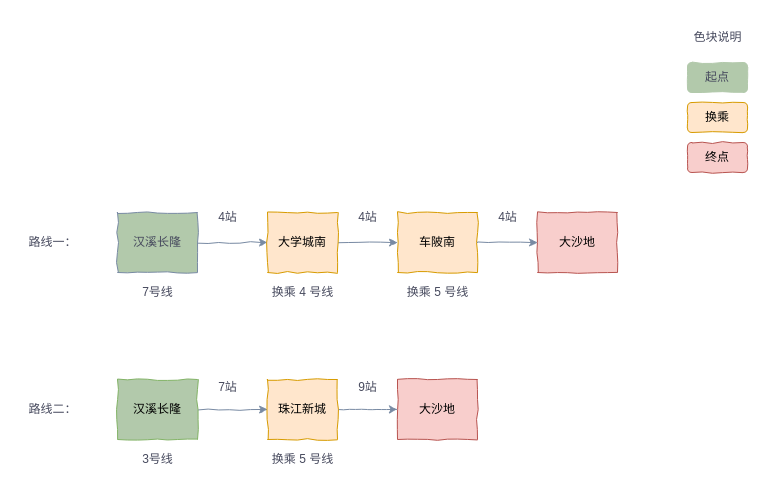
Earlier version of the draw.io diagram line.drawio (silan-liu/drawio). Source tidied: cells renumbered, new cells numbered last; positions are measured from the earlier drawing's top-left corner, leaving out a move shared by most shapes. Both pictures are drawn from the tidied source at 100%, with x=0, y=0 at pixel (17, 22).
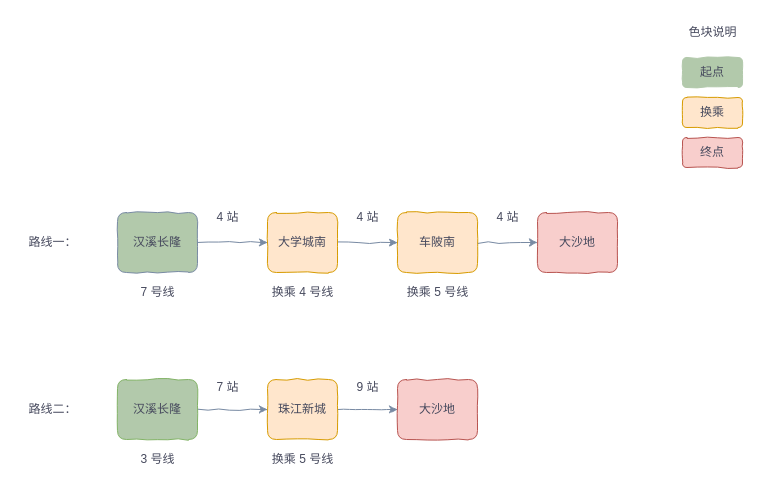
Above is the later version.

The edit, as a diff of the source:
```diff
@@
-    <mxCell id="3" value="汉溪长隆" style="whiteSpace=wrap;html=1;strokeColor=#788AA3;fontColor=#46495D;fillColor=#B2C9AB;comic=1;fontFamily=Helvetica;" parent="1" vertex="1">
+    <mxCell id="3" value="汉溪长隆" style="whiteSpace=wrap;html=1;strokeColor=#788AA3;fontColor=#46495D;fillColor=#B2C9AB;comic=1;fontFamily=Helvetica;rounded=1;" parent="1" vertex="1">
       <mxGeometry x="100" y="190" width="80" height="60" as="geometry" />
     </mxCell>
@@
-    <mxCell id="5" value="大学城南" style="whiteSpace=wrap;html=1;strokeColor=#d79b00;fillColor=#ffe6cc;comic=1;fontFamily=Helvetica;" parent="1" vertex="1">
+    <mxCell id="5" value="大学城南" style="whiteSpace=wrap;html=1;strokeColor=#d79b00;fillColor=#ffe6cc;comic=1;fontFamily=Helvetica;rounded=1;fontColor=#46495D;" parent="1" vertex="1">
       <mxGeometry x="250" y="190" width="70" height="60" as="geometry" />
     </mxCell>
@@
-    <mxCell id="7" value="车陂南" style="whiteSpace=wrap;html=1;strokeColor=#d79b00;fillColor=#ffe6cc;comic=1;fontFamily=Helvetica;" parent="1" vertex="1">
+    <mxCell id="7" value="车陂南" style="whiteSpace=wrap;html=1;strokeColor=#d79b00;fillColor=#ffe6cc;comic=1;fontFamily=Helvetica;rounded=1;fontColor=#46495D;" parent="1" vertex="1">
       <mxGeometry x="380" y="190" width="80" height="60" as="geometry" />
     </mxCell>
-    <mxCell id="8" value="大沙地" style="whiteSpace=wrap;html=1;strokeColor=#b85450;fillColor=#f8cecc;comic=1;fontFamily=Helvetica;" parent="1" vertex="1">
+    <mxCell id="8" value="大沙地" style="whiteSpace=wrap;html=1;strokeColor=#b85450;fillColor=#f8cecc;comic=1;fontFamily=Helvetica;rounded=1;fontColor=#46495D;" parent="1" vertex="1">
       <mxGeometry x="520" y="190" width="80" height="60" as="geometry" />
     </mxCell>
-    <mxCell id="9" value="4站" style="text;html=1;align=center;verticalAlign=middle;strokeColor=none;fillColor=none;fontColor=#46495D;fontFamily=Helvetica;" parent="1" vertex="1">
-      <mxGeometry x="190" y="180" width="40" height="30" as="geometry" />
+    <mxCell id="9" value="4 站" style="text;html=1;align=center;verticalAlign=middle;strokeColor=none;fillColor=none;fontColor=#46495D;fontFamily=Helvetica;" parent="1" vertex="1">
+      <mxGeometry x="185" y="180" width="50" height="30" as="geometry" />
     </mxCell>
-    <mxCell id="10" value="4站" style="text;html=1;align=center;verticalAlign=middle;strokeColor=none;fillColor=none;fontColor=#46495D;fontFamily=Helvetica;" parent="1" vertex="1">
-      <mxGeometry x="330" y="180" width="40" height="30" as="geometry" />
+    <mxCell id="10" value="4 站" style="text;html=1;align=center;verticalAlign=middle;strokeColor=none;fillColor=none;fontColor=#46495D;fontFamily=Helvetica;" parent="1" vertex="1">
+      <mxGeometry x="325" y="180" width="50" height="30" as="geometry" />
     </mxCell>
-    <mxCell id="11" value="4站" style="text;html=1;align=center;verticalAlign=middle;strokeColor=none;fillColor=none;fontColor=#46495D;fontFamily=Helvetica;" parent="1" vertex="1">
-      <mxGeometry x="470" y="180" width="40" height="30" as="geometry" />
+    <mxCell id="11" value="4 站" style="text;html=1;align=center;verticalAlign=middle;strokeColor=none;fillColor=none;fontColor=#46495D;fontFamily=Helvetica;" parent="1" vertex="1">
+      <mxGeometry x="465" y="180" width="50" height="30" as="geometry" />
     </mxCell>
-    <mxCell id="12" value="7号线" style="text;html=1;align=center;verticalAlign=middle;strokeColor=none;fillColor=none;fontColor=#46495D;fontFamily=Helvetica;" parent="1" vertex="1">
-      <mxGeometry x="115" y="255" width="50" height="30" as="geometry" />
+    <mxCell id="12" value="7 号线" style="text;html=1;align=center;verticalAlign=middle;strokeColor=none;fillColor=none;fontColor=#46495D;fontFamily=Helvetica;" parent="1" vertex="1">
+      <mxGeometry x="110" y="255" width="60" height="30" as="geometry" />
     </mxCell>
@@
-    <mxCell id="16" value="汉溪长隆" style="whiteSpace=wrap;html=1;strokeColor=#82b366;fillColor=#B2C9AB;comic=1;fontFamily=Helvetica;" parent="1" vertex="1">
+    <mxCell id="16" value="&lt;span style=&quot;&quot;&gt;汉溪长隆&lt;/span&gt;" style="whiteSpace=wrap;html=1;strokeColor=#82b366;fillColor=#B2C9AB;comic=1;fontFamily=Helvetica;rounded=1;fontColor=#46495D;" parent="1" vertex="1">
       <mxGeometry x="100" y="357" width="80" height="60" as="geometry" />
     </mxCell>
@@
-    <mxCell id="18" value="珠江新城" style="whiteSpace=wrap;html=1;strokeColor=#d79b00;fillColor=#ffe6cc;comic=1;fontFamily=Helvetica;" parent="1" vertex="1">
+    <mxCell id="18" value="珠江新城" style="whiteSpace=wrap;html=1;strokeColor=#d79b00;fillColor=#ffe6cc;comic=1;fontFamily=Helvetica;rounded=1;fontColor=#46495D;" parent="1" vertex="1">
       <mxGeometry x="250" y="357" width="70" height="60" as="geometry" />
     </mxCell>
-    <mxCell id="19" value="大沙地" style="whiteSpace=wrap;html=1;strokeColor=#b85450;fillColor=#f8cecc;comic=1;fontFamily=Helvetica;" parent="1" vertex="1">
+    <mxCell id="19" value="大沙地" style="whiteSpace=wrap;html=1;strokeColor=#b85450;fillColor=#f8cecc;comic=1;fontFamily=Helvetica;rounded=1;fontColor=#46495D;" parent="1" vertex="1">
       <mxGeometry x="380" y="357" width="80" height="60" as="geometry" />
     </mxCell>
-    <mxCell id="20" value="7站" style="text;html=1;align=center;verticalAlign=middle;strokeColor=none;fillColor=none;fontColor=#46495D;fontFamily=Helvetica;" parent="1" vertex="1">
-      <mxGeometry x="190" y="350" width="40" height="30" as="geometry" />
+    <mxCell id="20" value="7 站" style="text;html=1;align=center;verticalAlign=middle;strokeColor=none;fillColor=none;fontColor=#46495D;fontFamily=Helvetica;" parent="1" vertex="1">
+      <mxGeometry x="185" y="350" width="50" height="30" as="geometry" />
     </mxCell>
-    <mxCell id="21" value="9站" style="text;html=1;align=center;verticalAlign=middle;strokeColor=none;fillColor=none;fontColor=#46495D;fontFamily=Helvetica;" parent="1" vertex="1">
-      <mxGeometry x="330" y="350" width="40" height="30" as="geometry" />
+    <mxCell id="21" value="9 站" style="text;html=1;align=center;verticalAlign=middle;strokeColor=none;fillColor=none;fontColor=#46495D;fontFamily=Helvetica;" parent="1" vertex="1">
+      <mxGeometry x="325" y="350" width="50" height="30" as="geometry" />
     </mxCell>
-    <mxCell id="22" value="3号线" style="text;html=1;align=center;verticalAlign=middle;strokeColor=none;fillColor=none;fontColor=#46495D;fontFamily=Helvetica;" parent="1" vertex="1">
-      <mxGeometry x="115" y="422" width="50" height="30" as="geometry" />
+    <mxCell id="22" value="3 号线" style="text;html=1;align=center;verticalAlign=middle;strokeColor=none;fillColor=none;fontColor=#46495D;fontFamily=Helvetica;" parent="1" vertex="1">
+      <mxGeometry x="110" y="422" width="60" height="30" as="geometry" />
     </mxCell>
@@
     <mxCell id="26" value="起点" style="rounded=1;whiteSpace=wrap;html=1;comic=1;strokeColor=#B2C9AB;fontFamily=Helvetica;fontColor=#46495D;fillColor=#B2C9AB;" parent="1" vertex="1">
-      <mxGeometry x="670" y="40" width="60" height="30" as="geometry" />
+      <mxGeometry x="665" y="35" width="60" height="30" as="geometry" />
     </mxCell>
-    <mxCell id="27" value="换乘" style="rounded=1;whiteSpace=wrap;html=1;comic=1;strokeColor=#d79b00;fontFamily=Helvetica;fillColor=#ffe6cc;" parent="1" vertex="1">
-      <mxGeometry x="670" y="80" width="60" height="30" as="geometry" />
+    <mxCell id="27" value="换乘" style="rounded=1;whiteSpace=wrap;html=1;comic=1;strokeColor=#d79b00;fontFamily=Helvetica;fillColor=#ffe6cc;fontColor=#46495D;" parent="1" vertex="1">
+      <mxGeometry x="665" y="75" width="60" height="30" as="geometry" />
     </mxCell>
-    <mxCell id="28" value="终点" style="rounded=1;whiteSpace=wrap;html=1;comic=1;strokeColor=#b85450;fontFamily=Helvetica;fillColor=#f8cecc;" parent="1" vertex="1">
-      <mxGeometry x="670" y="120" width="60" height="30" as="geometry" />
+    <mxCell id="28" value="终点" style="rounded=1;whiteSpace=wrap;html=1;comic=1;strokeColor=#b85450;fontFamily=Helvetica;fillColor=#f8cecc;fontColor=#46495D;" parent="1" vertex="1">
+      <mxGeometry x="665" y="115" width="60" height="30" as="geometry" />
     </mxCell>
     <mxCell id="29" value="色块说明" style="text;html=1;align=center;verticalAlign=middle;strokeColor=none;fillColor=none;fontFamily=Helvetica;fontColor=#46495D;" parent="1" vertex="1">
-      <mxGeometry x="665" width="70" height="30" as="geometry" />
+      <mxGeometry x="660" y="-5" width="70" height="30" as="geometry" />
     </mxCell>
```
